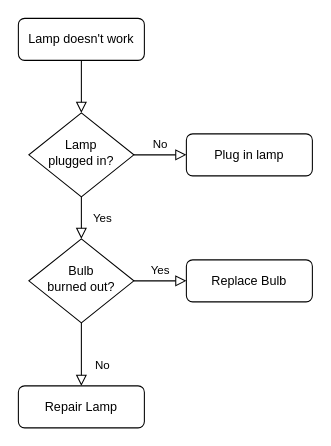
Above: 未命名绘图.drawio in dorian-gao/Diagram (draw.io), before the change. Source tidied: cells renumbered, new cells numbered last; positions are measured from the earlier drawing's top-left corner, leaving out a move shared by most shapes. Both pictures are drawn from the tidied source at 105%, with x=0, y=0 at pixel (18, 18).
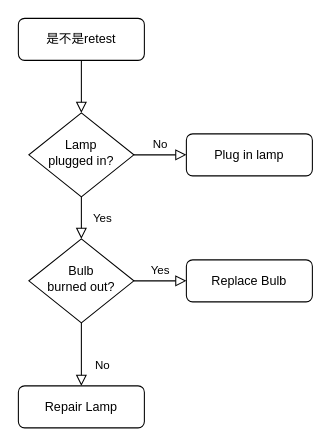
After the change.

Commit message:
更新未命名绘图.drawio

The edit, as a diff of the source:
```diff
@@
 <mxGraphModel>
   <root>
     <mxCell id="0" />
     <mxCell id="1" parent="0" />
     <mxCell id="2" style="rounded=0;html=1;jettySize=auto;fontSize=11;endArrow=block;endFill=0;endSize=8;strokeWidth=1;shadow=0;labelBackgroundColor=none;edgeStyle=orthogonalEdgeStyle;" parent="1" edge="1" source="3" target="6">
       <mxGeometry relative="1" as="geometry" />
     </mxCell>
-    <mxCell id="3" value="Lamp doesn't work" style="rounded=1;whiteSpace=wrap;html=1;fontSize=12;glass=0;strokeWidth=1;shadow=0;" parent="1" vertex="1">
+    <mxCell id="3" value="是不是retest" style="rounded=1;whiteSpace=wrap;html=1;fontSize=12;glass=0;strokeWidth=1;shadow=0;" parent="1" vertex="1">
       <mxGeometry width="120" height="40" as="geometry" />
     </mxCell>
     <mxCell id="4" value="Yes" style="rounded=0;html=1;jettySize=auto;fontSize=11;endArrow=block;endFill=0;endSize=8;strokeWidth=1;shadow=0;labelBackgroundColor=none;edgeStyle=orthogonalEdgeStyle;" parent="1" edge="1" source="6" target="10">
       <mxGeometry y="20" relative="1" as="geometry" />
     </mxCell>
     <mxCell id="5" value="No" style="edgeStyle=orthogonalEdgeStyle;rounded=0;html=1;jettySize=auto;fontSize=11;endArrow=block;endFill=0;endSize=8;strokeWidth=1;shadow=0;labelBackgroundColor=none;" parent="1" edge="1" source="6" target="7">
       <mxGeometry y="10" relative="1" as="geometry" />
     </mxCell>
     <mxCell id="6" value="Lamp&lt;br&gt;plugged in?" style="rhombus;whiteSpace=wrap;html=1;shadow=0;fontFamily=Helvetica;fontSize=12;align=center;strokeWidth=1;spacing=6;spacingTop=-4;" parent="1" vertex="1">
       <mxGeometry x="10" y="90" width="100" height="80" as="geometry" />
     </mxCell>
     <mxCell id="7" value="Plug in lamp" style="rounded=1;whiteSpace=wrap;html=1;fontSize=12;glass=0;strokeWidth=1;shadow=0;" parent="1" vertex="1">
       <mxGeometry x="160" y="110" width="120" height="40" as="geometry" />
     </mxCell>
     <mxCell id="8" value="No" style="rounded=0;html=1;jettySize=auto;fontSize=11;endArrow=block;endFill=0;endSize=8;strokeWidth=1;shadow=0;labelBackgroundColor=none;edgeStyle=orthogonalEdgeStyle;" parent="1" edge="1" source="10" target="11">
       <mxGeometry x="0.33" y="20" relative="1" as="geometry" />
     </mxCell>
     <mxCell id="9" value="Yes" style="edgeStyle=orthogonalEdgeStyle;rounded=0;html=1;jettySize=auto;fontSize=11;endArrow=block;endFill=0;endSize=8;strokeWidth=1;shadow=0;labelBackgroundColor=none;" parent="1" edge="1" source="10" target="12">
       <mxGeometry y="10" relative="1" as="geometry" />
     </mxCell>
     <mxCell id="10" value="Bulb&lt;br&gt;burned out?" style="rhombus;whiteSpace=wrap;html=1;shadow=0;fontFamily=Helvetica;fontSize=12;align=center;strokeWidth=1;spacing=6;spacingTop=-4;" parent="1" vertex="1">
       <mxGeometry x="10" y="210" width="100" height="80" as="geometry" />
     </mxCell>
     <mxCell id="11" value="Repair Lamp" style="rounded=1;whiteSpace=wrap;html=1;fontSize=12;glass=0;strokeWidth=1;shadow=0;" parent="1" vertex="1">
       <mxGeometry y="350" width="120" height="40" as="geometry" />
     </mxCell>
     <mxCell id="12" value="Replace Bulb" style="rounded=1;whiteSpace=wrap;html=1;fontSize=12;glass=0;strokeWidth=1;shadow=0;" parent="1" vertex="1">
       <mxGeometry x="160" y="230" width="120" height="40" as="geometry" />
     </mxCell>
   </root>
 </mxGraphModel>
```
